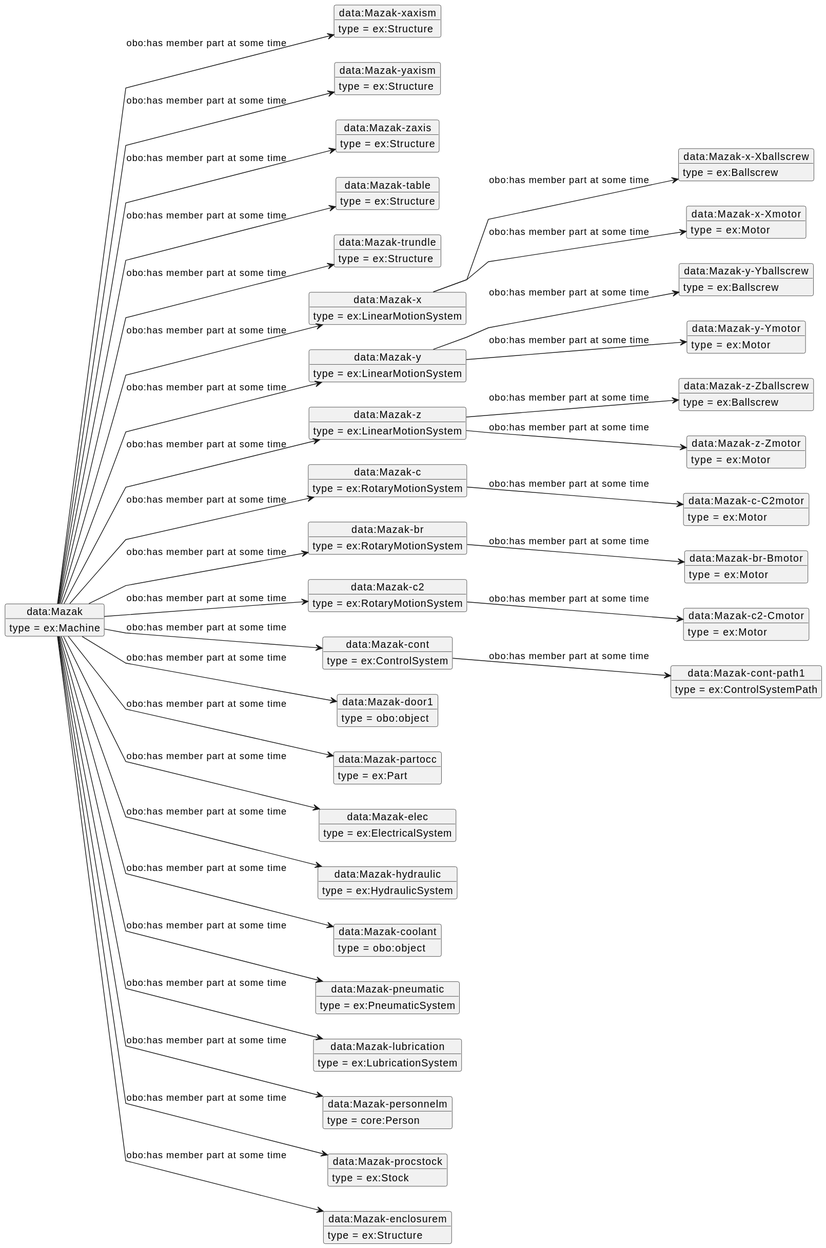
Earlier version of the PlantUML export MazakMere.svg (iofoundry/example-syseng-mtconnect). Its diagram source:
```plantuml
@startuml
skinparam linetype polyline
left to right direction
object "data:Mazak" as o1 {
 type = ex:Machine
 }
object "data:Mazak-xaxism" as o2 {
 type = ex:Structure
 }
object "data:Mazak-yaxism" as o3 {
 type = ex:Structure
 }
object "data:Mazak-zaxis" as o4 {
 type = ex:Structure
 }
object "data:Mazak-table" as o5 {
 type = ex:Structure
 }
object "data:Mazak-trundle" as o6 {
 type = ex:Structure
 }
object "data:Mazak-x" as o7 {
 type = ex:LinearMotionSystem
 }
object "data:Mazak-y" as o8 {
 type = ex:LinearMotionSystem
 }
object "data:Mazak-z" as o9 {
 type = ex:LinearMotionSystem
 }
object "data:Mazak-c" as o10 {
 type = ex:RotaryMotionSystem
 }
object "data:Mazak-br" as o11 {
 type = ex:RotaryMotionSystem
 }
object "data:Mazak-c2" as o12 {
 type = ex:RotaryMotionSystem
 }
object "data:Mazak-cont" as o13 {
 type = ex:ControlSystem
 }
object "data:Mazak-door1" as o14 {
 type = obo:object
 }
object "data:Mazak-partocc" as o15 {
 type = ex:Part
 }
object "data:Mazak-elec" as o16 {
 type = ex:ElectricalSystem
 }
object "data:Mazak-hydraulic" as o17 {
 type = ex:HydraulicSystem
 }
object "data:Mazak-coolant" as o18 {
 type = obo:object
 }
object "data:Mazak-pneumatic" as o19 {
 type = ex:PneumaticSystem
 }
object "data:Mazak-lubrication" as o20 {
 type = ex:LubricationSystem
 }
object "data:Mazak-personnelm" as o21 {
 type = core:Person
 }
object "data:Mazak-procstock" as o22 {
 type = ex:Stock
 }
object "data:Mazak-enclosurem" as o23 {
 type = ex:Structure
 }
object "data:Mazak-x-Xballscrew" as o24 {
 type = ex:Ballscrew
 }
object "data:Mazak-x-Xmotor" as o25 {
 type = ex:Motor
 }
object "data:Mazak-y-Yballscrew" as o26 {
 type = ex:Ballscrew
 }
object "data:Mazak-y-Ymotor" as o27 {
 type = ex:Motor
 }
object "data:Mazak-z-Zballscrew" as o28 {
 type = ex:Ballscrew
 }
object "data:Mazak-z-Zmotor" as o29 {
 type = ex:Motor
 }
object "data:Mazak-c-C2motor" as o30 {
 type = ex:Motor
 }
object "data:Mazak-br-Bmotor" as o31 {
 type = ex:Motor
 }
object "data:Mazak-c2-Cmotor" as o32 {
 type = ex:Motor
 }
object "data:Mazak-cont-path1" as o33 {
 type = ex:ControlSystemPath
 }
o1 --> o2 : obo:has member part at some time
o1 --> o3 : obo:has member part at some time
o1 --> o4 : obo:has member part at some time
o1 --> o5 : obo:has member part at some time
o1 --> o6 : obo:has member part at some time
o1 --> o7 : obo:has member part at some time
o1 --> o8 : obo:has member part at some time
o1 --> o9 : obo:has member part at some time
o1 --> o10 : obo:has member part at some time
o1 --> o11 : obo:has member part at some time
o1 --> o12 : obo:has member part at some time
o1 --> o13 : obo:has member part at some time
o1 --> o14 : obo:has member part at some time
o1 --> o15 : obo:has member part at some time
o1 --> o16 : obo:has member part at some time
o1 --> o17 : obo:has member part at some time
o1 --> o18 : obo:has member part at some time
o1 --> o19 : obo:has member part at some time
o1 --> o20 : obo:has member part at some time
o1 --> o21 : obo:has member part at some time
o1 --> o22 : obo:has member part at some time
o1 --> o23 : obo:has member part at some time
o7 --> o24 : obo:has member part at some time
o7 --> o25 : obo:has member part at some time
o8 --> o26 : obo:has member part at some time
o8 --> o27 : obo:has member part at some time
o9 --> o28 : obo:has member part at some time
o9 --> o29 : obo:has member part at some time
o10 --> o30 : obo:has member part at some time
o11 --> o31 : obo:has member part at some time
o12 --> o32 : obo:has member part at some time
o13 --> o33 : obo:has member part at some time
@enduml
```
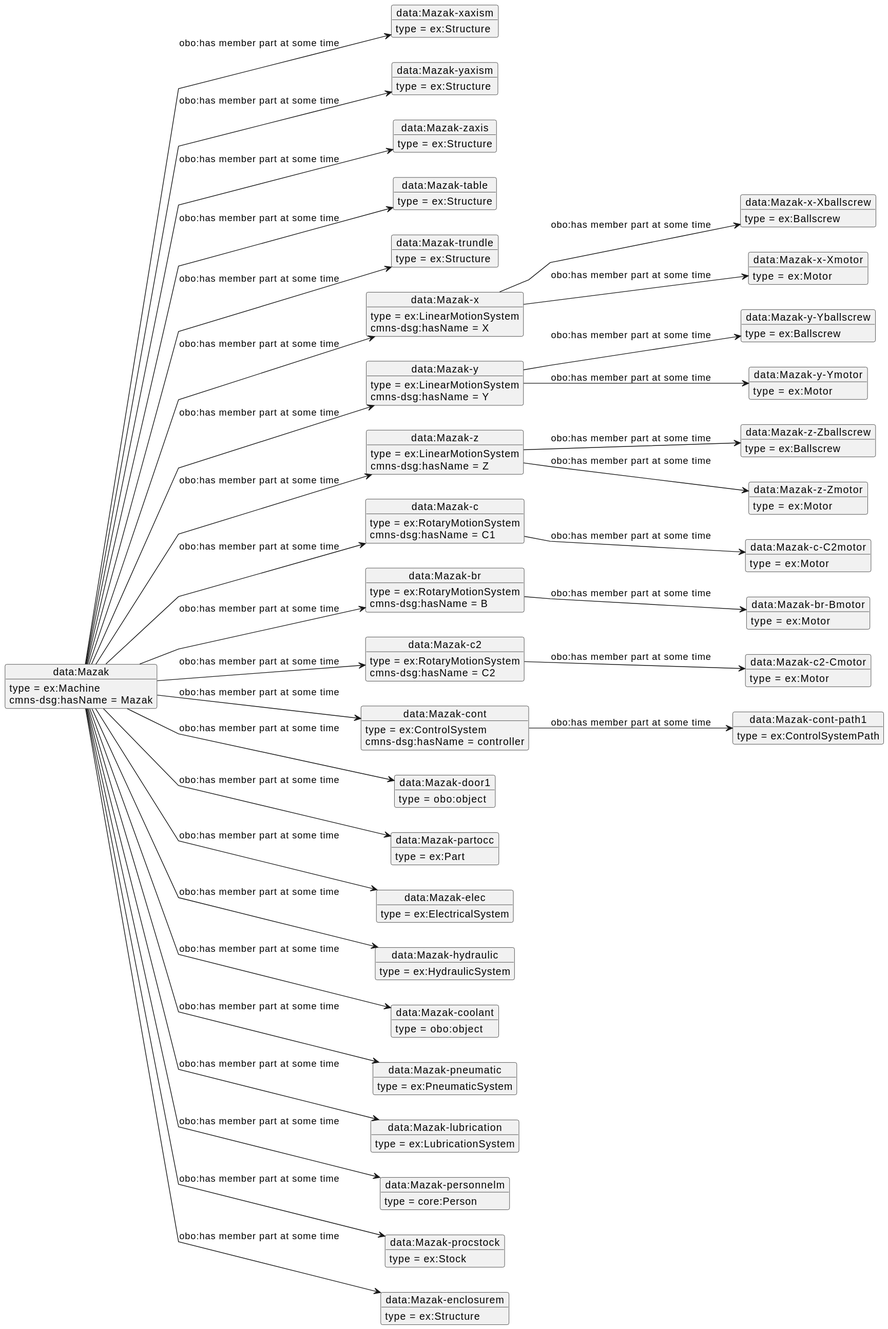
The same diagram one commit later.

Diff of the diagram source:
```diff
@@ -101,6 +101,7 @@
  type = ex:ControlSystemPath
  }
 o1 --> o2 : obo:has member part at some time
+o1 : cmns-dsg:hasName = Mazak
 o1 --> o3 : obo:has member part at some time
 o1 --> o4 : obo:has member part at some time
 o1 --> o5 : obo:has member part at some time
@@ -123,13 +124,20 @@
 o1 --> o22 : obo:has member part at some time
 o1 --> o23 : obo:has member part at some time
 o7 --> o24 : obo:has member part at some time
+o7 : cmns-dsg:hasName = X
 o7 --> o25 : obo:has member part at some time
 o8 --> o26 : obo:has member part at some time
+o8 : cmns-dsg:hasName = Y
 o8 --> o27 : obo:has member part at some time
 o9 --> o28 : obo:has member part at some time
+o9 : cmns-dsg:hasName = Z
 o9 --> o29 : obo:has member part at some time
 o10 --> o30 : obo:has member part at some time
+o10 : cmns-dsg:hasName = C1
 o11 --> o31 : obo:has member part at some time
+o11 : cmns-dsg:hasName = B
 o12 --> o32 : obo:has member part at some time
+o12 : cmns-dsg:hasName = C2
 o13 --> o33 : obo:has member part at some time
+o13 : cmns-dsg:hasName = controller
 @enduml
```
